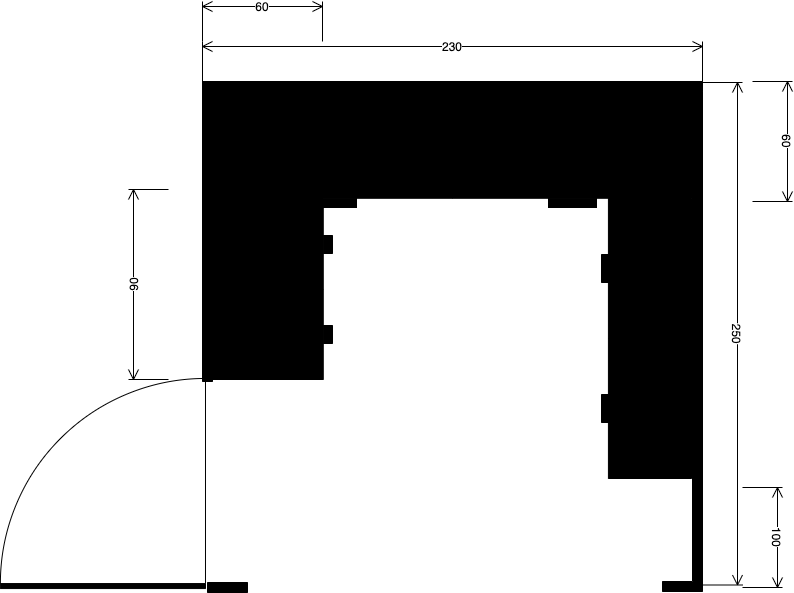
Before: other/厨房平面图.png, a diagram exported from draw.io (CheukBinLi/draw). Source tidied: cells renumbered, new cells last; positions are measured from the earlier drawing's top-left corner, leaving out a move shared by most shapes.
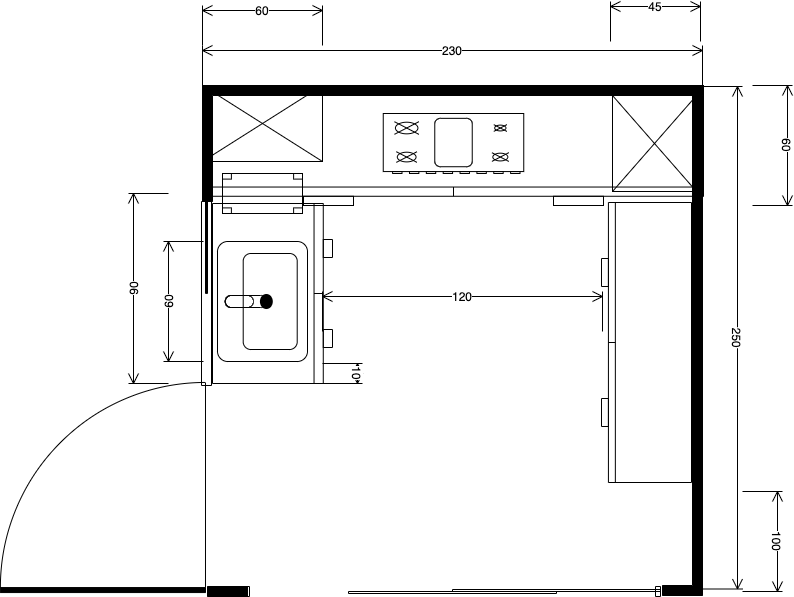
After the change.

Commit message:
厨房平面图.png

Change to the diagram source:
```diff
@@ -3,7 +3,7 @@
     <mxCell id="0" />
     <mxCell id="1" parent="0" />
     <mxCell id="2" style="verticalLabelPosition=bottom;html=1;verticalAlign=top;align=center;shape=mxgraph.floorplan.wallCorner;fillColor=#000000;shadow=0;" parent="1" vertex="1">
-      <mxGeometry x="202" y="80" width="500" height="300" as="geometry" />
+      <mxGeometry x="202" y="80" width="500" height="116" as="geometry" />
     </mxCell>
     <mxCell id="3" style="verticalLabelPosition=bottom;html=1;verticalAlign=top;align=center;shape=mxgraph.floorplan.wallCorner;fillColor=#000000;direction=south;shadow=0;rotation=90;" parent="1" vertex="1">
       <mxGeometry x="432" y="320" width="500" height="40" as="geometry" />
@@ -14,17 +14,17 @@
     <mxCell id="5" style="verticalLabelPosition=bottom;html=1;verticalAlign=top;align=center;shape=mxgraph.floorplan.doorLeft;shadow=0;fillColor=#000000;rotation=-180;" parent="1" vertex="1">
       <mxGeometry x="-0.1" y="369.1" width="205.1" height="217.9" as="geometry" />
     </mxCell>
-    <mxCell id="6" style="verticalLabelPosition=bottom;html=1;verticalAlign=top;align=center;shape=mxgraph.floorplan.dresser;shadow=0;fillColor=#000000;" parent="1" vertex="1">
-      <mxGeometry x="212" y="86" width="480" height="120" as="geometry" />
+    <mxCell id="6" style="verticalLabelPosition=bottom;html=1;verticalAlign=top;align=center;shape=mxgraph.floorplan.dresser;shadow=0;fillColor=none;" parent="1" vertex="1">
+      <mxGeometry x="203" y="80" width="500" height="120" as="geometry" />
     </mxCell>
-    <mxCell id="7" style="verticalLabelPosition=bottom;html=1;verticalAlign=top;align=center;shape=mxgraph.floorplan.dresser;shadow=0;fillColor=#000000;rotation=-90;" parent="1" vertex="1">
+    <mxCell id="7" style="verticalLabelPosition=bottom;html=1;verticalAlign=top;align=center;shape=mxgraph.floorplan.dresser;shadow=0;fillColor=none;rotation=-90;" parent="1" vertex="1">
       <mxGeometry x="182" y="228" width="180" height="120" as="geometry" />
     </mxCell>
-    <mxCell id="8" style="verticalLabelPosition=bottom;html=1;verticalAlign=top;align=center;shape=mxgraph.floorplan.dresser;shadow=0;fillColor=#000000;rotation=90;" parent="1" vertex="1">
+    <mxCell id="8" style="verticalLabelPosition=bottom;html=1;verticalAlign=top;align=center;shape=mxgraph.floorplan.dresser;shadow=0;fillColor=none;rotation=90;" parent="1" vertex="1">
       <mxGeometry x="506" y="292" width="280" height="90" as="geometry" />
     </mxCell>
-    <mxCell id="9" style="verticalLabelPosition=bottom;html=1;verticalAlign=top;align=center;shape=mxgraph.floorplan.elevator;shadow=0;fillColor=#000000;" parent="1" vertex="1">
-      <mxGeometry x="202" y="80" width="120" height="120" as="geometry" />
+    <mxCell id="9" style="verticalLabelPosition=bottom;html=1;verticalAlign=top;align=center;shape=mxgraph.floorplan.elevator;shadow=0;fillColor=none;" parent="1" vertex="1">
+      <mxGeometry x="202" y="80" width="120" height="76" as="geometry" />
     </mxCell>
     <mxCell id="10" value="230" style="shape=dimension;direction=west;whiteSpace=wrap;html=1;align=center;verticalAlign=top;spacingTop=-8;labelBackgroundColor=#ffffff;shadow=0;fillColor=#000000;" parent="1" vertex="1">
       <mxGeometry x="202" y="40" width="500" height="40" as="geometry" />
@@ -44,8 +44,35 @@
     <mxCell id="15" value="90&lt;br&gt;" style="shape=dimension;direction=west;whiteSpace=wrap;html=1;align=center;verticalAlign=top;spacingTop=-8;labelBackgroundColor=#ffffff;shadow=0;fillColor=#000000;rotation=-90;" parent="1" vertex="1">
       <mxGeometry x="53" y="263" width="190" height="40" as="geometry" />
     </mxCell>
-    <mxCell id="16" style="verticalLabelPosition=bottom;html=1;verticalAlign=top;align=center;shape=mxgraph.floorplan.sink_2;shadow=0;fillColor=#000000;rotation=-90;" parent="1" vertex="1">
-      <mxGeometry x="202" y="255" width="120" height="90" as="geometry" />
+    <mxCell id="16" style="verticalLabelPosition=bottom;html=1;verticalAlign=top;align=center;shape=mxgraph.floorplan.sink_2;shadow=0;fillColor=none;rotation=-90;strokeColor=#000000;" parent="1" vertex="1">
+      <mxGeometry x="202" y="251" width="120" height="90" as="geometry" />
     </mxCell>
+    <mxCell id="17" value="120&lt;br&gt;" style="shape=dimension;direction=west;whiteSpace=wrap;html=1;align=center;verticalAlign=top;spacingTop=-8;labelBackgroundColor=#ffffff;shadow=0;strokeColor=#000000;fillColor=none;" parent="1" vertex="1">
+      <mxGeometry x="322" y="286" width="280" height="40" as="geometry" />
+    </mxCell>
+    <mxCell id="18" style="verticalLabelPosition=bottom;html=1;verticalAlign=top;align=center;shape=mxgraph.floorplan.elevator;shadow=0;strokeColor=#000000;fillColor=none;" parent="1" vertex="1">
+      <mxGeometry x="612" y="90" width="84" height="96" as="geometry" />
+    </mxCell>
+    <mxCell id="19" value="45" style="shape=dimension;direction=west;whiteSpace=wrap;html=1;align=center;verticalAlign=top;spacingTop=-8;labelBackgroundColor=#ffffff;shadow=0;strokeColor=#000000;fillColor=none;" parent="1" vertex="1">
+      <mxGeometry x="610" y="-4" width="90" height="40" as="geometry" />
+    </mxCell>
+    <mxCell id="20" style="verticalLabelPosition=bottom;html=1;verticalAlign=top;align=center;shape=mxgraph.floorplan.doorSlidingGlass;dx=0.25;shadow=0;strokeColor=#000000;fillColor=none;rotation=-180;" parent="1" vertex="1">
+      <mxGeometry x="244" y="581" width="416" height="10" as="geometry" />
+    </mxCell>
+    <mxCell id="21" style="verticalLabelPosition=bottom;html=1;verticalAlign=top;align=center;shape=mxgraph.floorplan.windowGlider;dx=0;shadow=0;strokeColor=#000000;fillColor=none;rotation=90;" parent="1" vertex="1">
+      <mxGeometry x="114" y="283" width="184" height="10" as="geometry" />
+    </mxCell>
+    <mxCell id="22" value="10" style="shape=dimension;direction=west;whiteSpace=wrap;html=1;align=center;verticalAlign=top;spacingTop=-8;labelBackgroundColor=#ffffff;shadow=0;strokeColor=#000000;fillColor=none;rotation=90;" parent="1" vertex="1">
+      <mxGeometry x="332" y="348" width="20" height="40" as="geometry" />
+    </mxCell>
+    <mxCell id="23" value="60" style="shape=dimension;direction=west;whiteSpace=wrap;html=1;align=center;verticalAlign=top;spacingTop=-8;labelBackgroundColor=#ffffff;shadow=0;strokeColor=#000000;fillColor=none;rotation=-90;" parent="1" vertex="1">
+      <mxGeometry x="123" y="276" width="120" height="40" as="geometry" />
+    </mxCell>
+    <mxCell id="24" style="verticalLabelPosition=bottom;html=1;verticalAlign=top;align=center;shape=mxgraph.floorplan.range_2;shadow=0;strokeColor=#000000;fillColor=none;" parent="1" vertex="1">
+      <mxGeometry x="382.8" y="108" width="140.5" height="60" as="geometry" />
+    </mxCell>
+    <mxCell id="25" style="verticalLabelPosition=bottom;html=1;verticalAlign=top;align=center;shape=mxgraph.floorplan.table;shadow=0;strokeColor=#000000;fillColor=none;rotation=0;" parent="1" vertex="1">
+      <mxGeometry x="222" y="168" width="80" height="40" as="geometry" />
+    </mxCell>
   </root>
 </mxGraphModel>
```
